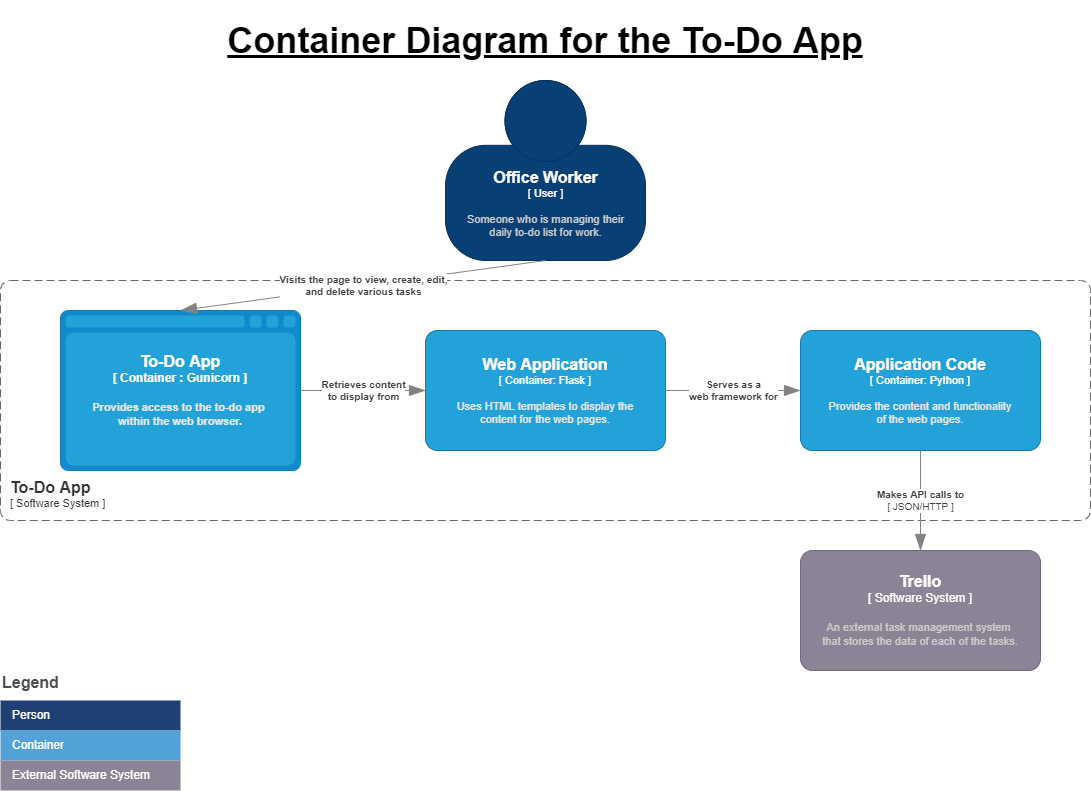
Before: documentation/Container Diagram.png, a diagram exported from draw.io (andiefonderson/DevOps-Course-Starter). Source tidied: cells renumbered, new cells last; positions are measured from the earlier drawing's top-left corner, leaving out a move shared by most shapes. Its diagram source:
```xml
<mxGraphModel>
  <root>
    <mxCell id="0" />
    <mxCell id="1" parent="0" />
    <mxCell id="2" value="Container Diagram for the To-Do App" style="text;html=1;strokeColor=none;fillColor=none;align=center;verticalAlign=middle;whiteSpace=wrap;rounded=0;labelBackgroundColor=none;labelBorderColor=none;spacingLeft=15;spacingRight=15;horizontal=1;fontSize=36;fontStyle=5;" parent="1" vertex="1">
      <mxGeometry x="15" width="1060" height="80" as="geometry" />
    </mxCell>
    <object id="3" label="&lt;font style=&quot;font-size: 16px&quot;&gt;&lt;b&gt;%c4Name%&lt;/b&gt;&lt;/font&gt;&lt;div&gt;[%c4Type%: %c4Technology%]&lt;/div&gt;&lt;br&gt;&lt;div&gt;&lt;font style=&quot;font-size: 11px&quot;&gt;&lt;font color=&quot;#E6E6E6&quot;&gt;%c4Description%&lt;/font&gt;&lt;/div&gt;" c4Description="Provides the content and functionality&#10;of the web pages." c4Name="Application Code" c4Technology="Python " c4Type=" Container" placeholders="1">
      <mxCell style="rounded=1;whiteSpace=wrap;html=1;fontSize=11;labelBackgroundColor=none;fillColor=#23A2D9;fontColor=#ffffff;align=center;arcSize=10;strokeColor=#0E7DAD;points=[[0.25,0,0],[0.5,0,0],[0.75,0,0],[1,0.25,0],[1,0.5,0],[1,0.75,0],[0.75,1,0],[0.5,1,0],[0.25,1,0],[0,0.75,0],[0,0.5,0],[0,0.25,0]];shadow=0;glass=0;comic=0;sketch=0;" parent="1" vertex="1">
        <mxGeometry x="800" y="330" width="240" height="120" as="geometry" />
      </mxCell>
    </object>
    <object id="4" label="&lt;font style=&quot;font-size: 16px&quot;&gt;&lt;b&gt;%c4Type%&lt;/font&gt;&lt;div&gt;[%c4Container%:&amp;nbsp;%c4Technology%]&lt;/div&gt;&lt;br&gt;&lt;div&gt;&lt;font style=&quot;font-size: 11px&quot;&gt;&lt;font color=&quot;#E6E6E6&quot;&gt;%c4Description%&lt;/font&gt;&lt;/div&gt;" c4Container=" Container " c4Description="Provides access to the to-do app &#10;within the web browser." c4Technology="Gunicorn " c4Type="To-Do App" placeholders="1">
      <mxCell style="shape=mxgraph.c4.webBrowserContainer;whiteSpace=wrap;html=1;boundedLbl=1;rounded=0;labelBackgroundColor=none;fillColor=#118ACD;fontSize=12;fontColor=#ffffff;align=center;strokeColor=#0E7DAD;points=[[0.5,0,0],[1,0.25,0],[1,0.5,0],[1,0.75,0],[0.5,1,0],[0,0.75,0],[0,0.5,0],[0,0.25,0]];shadow=0;glass=0;comic=0;sketch=0;" parent="1" vertex="1">
        <mxGeometry x="60" y="310" width="240" height="160" as="geometry" />
      </mxCell>
    </object>
    <object id="5" label="&lt;font style=&quot;font-size: 16px&quot;&gt;&lt;b&gt;&lt;div style=&quot;text-align: left&quot;&gt;%c4Name%&lt;/div&gt;&lt;/b&gt;&lt;/font&gt;&lt;div style=&quot;text-align: left&quot;&gt;[%c4Application%]&lt;/div&gt;" c4Application=" Software System " c4Name="To-Do App" c4Type="ContainerScopeBoundary" placeholders="1">
      <mxCell style="rounded=1;fontSize=11;whiteSpace=wrap;html=1;dashed=1;arcSize=20;fillColor=none;strokeColor=#666666;fontColor=#333333;labelBackgroundColor=none;align=left;verticalAlign=bottom;labelBorderColor=none;spacingTop=0;spacing=10;dashPattern=8 4;perimeter=rectanglePerimeter;noLabel=0;labelPadding=0;absoluteArcSize=1;shadow=0;glass=0;comic=0;sketch=0;" parent="1" vertex="1">
        <mxGeometry y="280" width="1090" height="240" as="geometry" />
      </mxCell>
    </object>
    <object id="6" label="&lt;font style=&quot;font-size: 16px&quot;&gt;&lt;b&gt;%c4Name%&lt;/b&gt;&lt;/font&gt;&lt;div&gt;[%c4Type%]&lt;/div&gt;&lt;br&gt;&lt;div&gt;&lt;font style=&quot;font-size: 11px&quot;&gt;&lt;font color=&quot;#cccccc&quot;&gt;%c4Description%&lt;/font&gt;&lt;/div&gt;" c4Description="Someone who is managing their&#10;daily to-do list for work." c4Name="Office Worker" c4Type=" User " placeholders="1">
      <mxCell style="html=1;fontSize=11;dashed=0;whitespace=wrap;fillColor=#083F75;strokeColor=#06315C;fontColor=#ffffff;shape=mxgraph.c4.person2;align=center;points=[[0.5,0,0],[1,0.5,0],[1,0.75,0],[0.75,1,0],[0.5,1,0],[0.25,1,0],[0,0.75,0],[0,0.5,0]];shadow=0;glass=0;comic=0;sketch=0;" parent="1" vertex="1">
        <mxGeometry x="445" y="80" width="200" height="180" as="geometry" />
      </mxCell>
    </object>
    <object id="7" label="&lt;div style=&quot;text-align: left&quot;&gt;&lt;div style=&quot;text-align: center&quot;&gt;&lt;b&gt;%c4Description%&lt;/b&gt;&lt;/div&gt;" c4Description="Visits the page to view, create, edit,&#10;and delete various tasks" c4Type="Relationship" placeholders="1">
      <mxCell style="endArrow=blockThin;html=1;fontSize=10;fontColor=#404040;strokeWidth=1;endFill=1;strokeColor=#828282;elbow=vertical;endSize=14;startSize=14;jumpStyle=arc;jumpSize=16;rounded=0;exitX=0.5;exitY=1;exitDx=0;exitDy=0;exitPerimeter=0;entryX=0.5;entryY=0;entryDx=0;entryDy=0;entryPerimeter=0;" parent="1" edge="1" source="6" target="4">
        <mxGeometry relative="1" as="geometry" />
      </mxCell>
    </object>
    <object id="8" label="&lt;font style=&quot;font-size: 16px&quot;&gt;&lt;b&gt;%c4Name%&lt;/b&gt;&lt;/font&gt;&lt;div&gt;[%c4Type%]&lt;/div&gt;&lt;br&gt;&lt;div&gt;&lt;font style=&quot;font-size: 11px&quot;&gt;&lt;font color=&quot;#cccccc&quot;&gt;%c4Description%&lt;/font&gt;&lt;/div&gt;" c4Description="An external task management system &#10;that stores the data of each of the tasks." c4Name="Trello" c4Type=" Software System " placeholders="1">
      <mxCell style="rounded=1;whiteSpace=wrap;html=1;labelBackgroundColor=none;fillColor=#8C8496;fontColor=#ffffff;align=center;arcSize=10;strokeColor=#736782;points=[[0.25,0,0],[0.5,0,0],[0.75,0,0],[1,0.25,0],[1,0.5,0],[1,0.75,0],[0.75,1,0],[0.5,1,0],[0.25,1,0],[0,0.75,0],[0,0.5,0],[0,0.25,0]];" parent="1" vertex="1">
        <mxGeometry x="800" y="550" width="240" height="120" as="geometry" />
      </mxCell>
    </object>
    <object id="9" label="&lt;div style=&quot;text-align: left&quot;&gt;&lt;div style=&quot;text-align: center&quot;&gt;&lt;b&gt;%c4Description%&lt;/b&gt;&lt;/div&gt;&lt;div style=&quot;text-align: center&quot;&gt;[%c4Technology%]&lt;/div&gt;&lt;/div&gt;" c4Description="Makes API calls to" c4Technology=" JSON/HTTP " c4Type="Relationship" placeholders="1">
      <mxCell style="endArrow=blockThin;html=1;fontSize=10;fontColor=#404040;strokeWidth=1;endFill=1;strokeColor=#828282;elbow=vertical;endSize=14;startSize=14;jumpStyle=arc;jumpSize=16;rounded=0;edgeStyle=orthogonalEdgeStyle;exitX=0.5;exitY=1;exitDx=0;exitDy=0;exitPerimeter=0;" parent="1" edge="1" source="3" target="8">
        <mxGeometry relative="1" as="geometry" />
      </mxCell>
    </object>
    <object id="10" label="&lt;font style=&quot;font-size: 16px&quot;&gt;&lt;b&gt;%c4Name%&lt;/b&gt;&lt;/font&gt;&lt;div&gt;[%c4Type%: %c4Technology%]&lt;/div&gt;&lt;br&gt;&lt;div&gt;&lt;font style=&quot;font-size: 11px&quot;&gt;&lt;font color=&quot;#E6E6E6&quot;&gt;%c4Description%&lt;/font&gt;&lt;/div&gt;" c4Description="Uses HTML templates to display the&#10;content for the web pages." c4Name="Web Application" c4Technology="Flask " c4Type=" Container" placeholders="1">
      <mxCell style="rounded=1;whiteSpace=wrap;html=1;fontSize=11;labelBackgroundColor=none;fillColor=#23A2D9;fontColor=#ffffff;align=center;arcSize=10;strokeColor=#0E7DAD;points=[[0.25,0,0],[0.5,0,0],[0.75,0,0],[1,0.25,0],[1,0.5,0],[1,0.75,0],[0.75,1,0],[0.5,1,0],[0.25,1,0],[0,0.75,0],[0,0.5,0],[0,0.25,0]];shadow=0;glass=0;comic=0;sketch=0;" parent="1" vertex="1">
        <mxGeometry x="425" y="330" width="240" height="120" as="geometry" />
      </mxCell>
    </object>
    <object id="11" label="&lt;div style=&quot;text-align: left&quot;&gt;&lt;div style=&quot;text-align: center&quot;&gt;&lt;b&gt;%c4Description%&lt;/b&gt;&lt;/div&gt;" c4Description="Retrieves content&#10;to display from" c4Type="Relationship" placeholders="1">
      <mxCell style="endArrow=blockThin;html=1;fontSize=10;fontColor=#404040;strokeWidth=1;endFill=1;strokeColor=#828282;elbow=vertical;endSize=14;startSize=14;jumpStyle=arc;jumpSize=16;rounded=0;edgeStyle=orthogonalEdgeStyle;exitX=1;exitY=0.5;exitDx=0;exitDy=0;exitPerimeter=0;" parent="1" edge="1" source="4" target="10">
        <mxGeometry relative="1" as="geometry" />
      </mxCell>
    </object>
    <object id="12" label="&lt;div style=&quot;text-align: left&quot;&gt;&lt;div style=&quot;text-align: center&quot;&gt;&lt;b&gt;%c4Description%&lt;/b&gt;&lt;/div&gt;" c4Description="Serves as a&#10;web framework for" c4Type="Relationship" placeholders="1">
      <mxCell style="endArrow=blockThin;html=1;fontSize=10;fontColor=#404040;strokeWidth=1;endFill=1;strokeColor=#828282;elbow=vertical;endSize=14;startSize=14;jumpStyle=arc;jumpSize=16;rounded=0;edgeStyle=orthogonalEdgeStyle;entryX=0;entryY=0.5;entryDx=0;entryDy=0;entryPerimeter=0;exitX=1;exitY=0.5;exitDx=0;exitDy=0;exitPerimeter=0;" parent="1" edge="1" source="10" target="3">
        <mxGeometry relative="1" as="geometry" />
      </mxCell>
    </object>
    <mxCell id="13" value="Legend" style="align=left;fontSize=16;fontStyle=1;strokeColor=none;fillColor=none;fontColor=#4D4D4D;spacingTop=-8;" parent="1" vertex="1">
      <mxGeometry y="670" width="180" height="30" as="geometry" />
    </mxCell>
    <mxCell id="14" style="shape=table;html=1;whiteSpace=wrap;startSize=0;fillColor=none;align=left;spacingLeft=10;strokeColor=none;rounded=1;arcSize=11;fontColor=#FFFFFF;" parent="1" vertex="1">
      <mxGeometry y="700" width="180" height="90" as="geometry" />
    </mxCell>
    <mxCell id="15" value="Person" style="shape=partialRectangle;html=1;whiteSpace=wrap;fillColor=#1E4074;top=0;left=0;bottom=0;right=0;overflow=hidden;align=left;spacingLeft=10;strokeColor=none;fontColor=#FFFFFF;" parent="14" vertex="1">
      <mxGeometry width="180" height="30" as="geometry" />
    </mxCell>
    <mxCell id="16" value="Container" style="shape=partialRectangle;html=1;whiteSpace=wrap;fillColor=#52A2D8;top=0;left=0;bottom=0;right=0;overflow=hidden;align=left;spacingLeft=10;fontColor=#FFFFFF;" parent="14" vertex="1">
      <mxGeometry y="30" width="180" height="30" as="geometry" />
    </mxCell>
    <mxCell id="17" value="External Software System" style="shape=partialRectangle;html=1;whiteSpace=wrap;fillColor=#8B8496;top=0;left=0;bottom=0;right=0;overflow=hidden;align=left;spacingLeft=10;fontColor=#FFFFFF;" parent="14" vertex="1">
      <mxGeometry y="60" width="180" height="30" as="geometry" />
    </mxCell>
  </root>
</mxGraphModel>
```
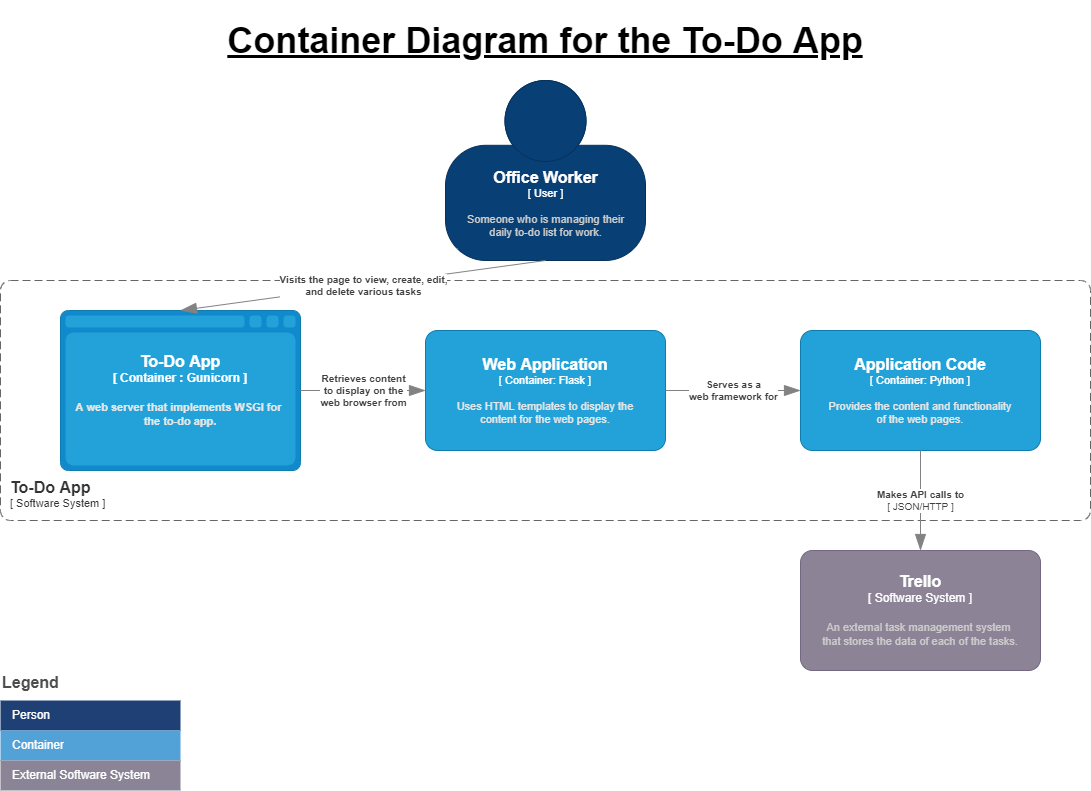
Above is the later version.

Change to the diagram source:
```diff
@@ -10,7 +10,7 @@
         <mxGeometry x="800" y="330" width="240" height="120" as="geometry" />
       </mxCell>
     </object>
-    <object id="4" label="&lt;font style=&quot;font-size: 16px&quot;&gt;&lt;b&gt;%c4Type%&lt;/font&gt;&lt;div&gt;[%c4Container%:&amp;nbsp;%c4Technology%]&lt;/div&gt;&lt;br&gt;&lt;div&gt;&lt;font style=&quot;font-size: 11px&quot;&gt;&lt;font color=&quot;#E6E6E6&quot;&gt;%c4Description%&lt;/font&gt;&lt;/div&gt;" c4Container=" Container " c4Description="Provides access to the to-do app &#10;within the web browser." c4Technology="Gunicorn " c4Type="To-Do App" placeholders="1">
+    <object id="4" label="&lt;font style=&quot;font-size: 16px&quot;&gt;&lt;b&gt;%c4Type%&lt;/font&gt;&lt;div&gt;[%c4Container%:&amp;nbsp;%c4Technology%]&lt;/div&gt;&lt;br&gt;&lt;div&gt;&lt;font style=&quot;font-size: 11px&quot;&gt;&lt;font color=&quot;#E6E6E6&quot;&gt;%c4Description%&lt;/font&gt;&lt;/div&gt;" c4Container=" Container " c4Description="A web server that implements WSGI for &#10;the to-do app." c4Technology="Gunicorn " c4Type="To-Do App" placeholders="1">
       <mxCell style="shape=mxgraph.c4.webBrowserContainer;whiteSpace=wrap;html=1;boundedLbl=1;rounded=0;labelBackgroundColor=none;fillColor=#118ACD;fontSize=12;fontColor=#ffffff;align=center;strokeColor=#0E7DAD;points=[[0.5,0,0],[1,0.25,0],[1,0.5,0],[1,0.75,0],[0.5,1,0],[0,0.75,0],[0,0.5,0],[0,0.25,0]];shadow=0;glass=0;comic=0;sketch=0;" parent="1" vertex="1">
         <mxGeometry x="60" y="310" width="240" height="160" as="geometry" />
       </mxCell>
@@ -45,7 +45,7 @@
         <mxGeometry x="425" y="330" width="240" height="120" as="geometry" />
       </mxCell>
     </object>
-    <object id="11" label="&lt;div style=&quot;text-align: left&quot;&gt;&lt;div style=&quot;text-align: center&quot;&gt;&lt;b&gt;%c4Description%&lt;/b&gt;&lt;/div&gt;" c4Description="Retrieves content&#10;to display from" c4Type="Relationship" placeholders="1">
+    <object id="11" label="&lt;div style=&quot;text-align: left&quot;&gt;&lt;div style=&quot;text-align: center&quot;&gt;&lt;b&gt;%c4Description%&lt;/b&gt;&lt;/div&gt;" c4Description="Retrieves content&#10;to display on the&#10;web browser from" c4Type="Relationship" placeholders="1">
       <mxCell style="endArrow=blockThin;html=1;fontSize=10;fontColor=#404040;strokeWidth=1;endFill=1;strokeColor=#828282;elbow=vertical;endSize=14;startSize=14;jumpStyle=arc;jumpSize=16;rounded=0;edgeStyle=orthogonalEdgeStyle;exitX=1;exitY=0.5;exitDx=0;exitDy=0;exitPerimeter=0;" parent="1" edge="1" source="4" target="10">
         <mxGeometry relative="1" as="geometry" />
       </mxCell>
```
